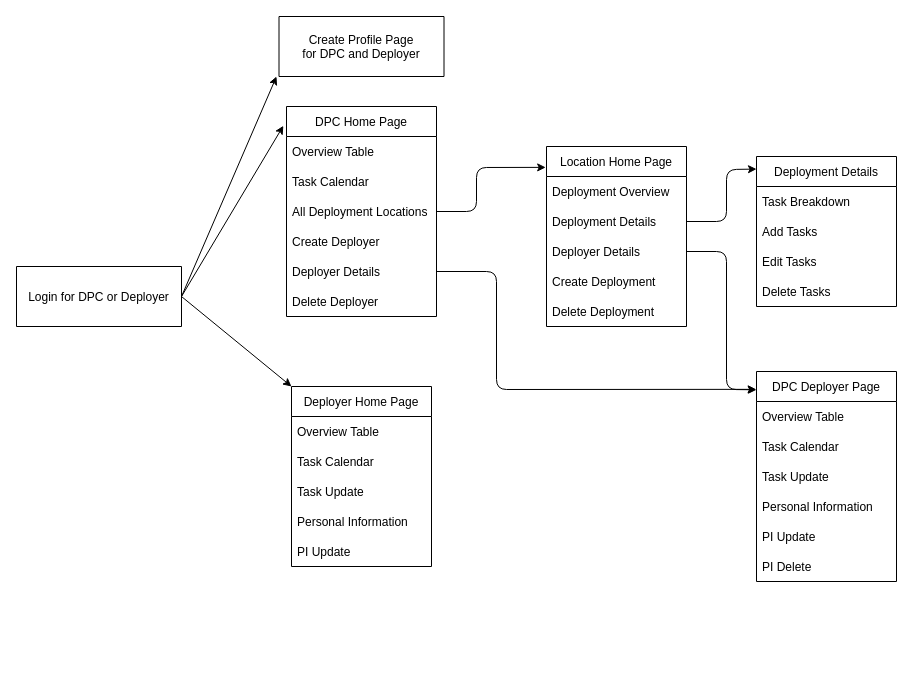
Before: Components.drawio in wmalott23/Capstone, a draw.io diagram. Source tidied: cells renumbered, new cells numbered last; positions are measured from the earlier drawing's top-left corner, leaving out a move shared by most shapes. Both pictures are drawn from the tidied source at 100%, with x=0, y=0 at pixel (16, 16).
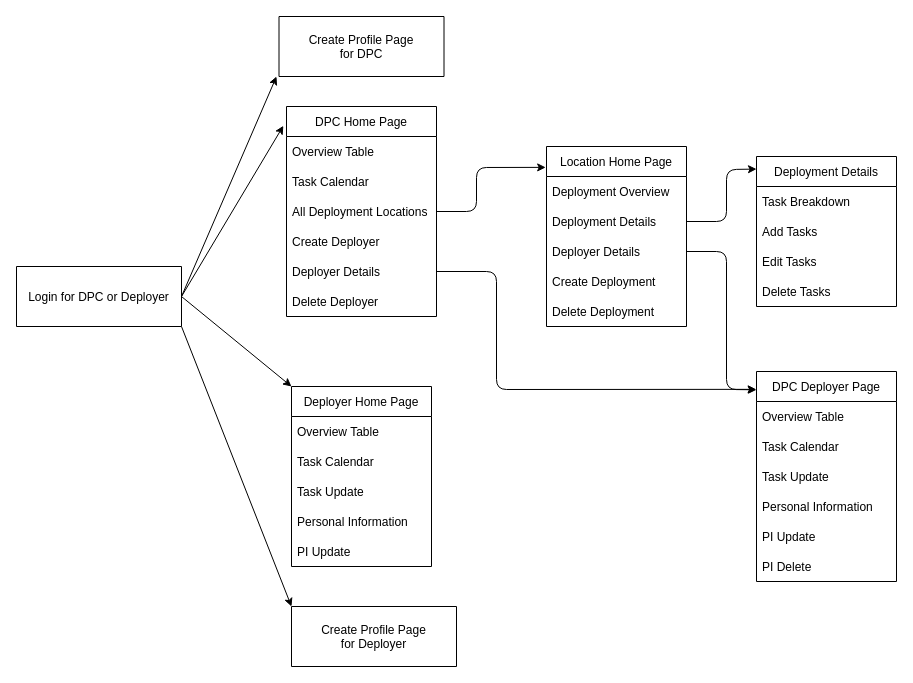
The same diagram, later.

The change refers to these unchanged cells:
```xml
<mxCell id="5" value="Login for DPC or Deployer" style="swimlane;fontStyle=0;horizontal=1;startSize=60;" parent="1" vertex="1">
  <mxGeometry y="250" width="165" height="60" as="geometry" />
</mxCell>
```

What changed in the source:
```diff
@@
+    <mxCell id="42" style="edgeStyle=none;html=1;exitX=1;exitY=1;exitDx=0;exitDy=0;entryX=0;entryY=0;entryDx=0;entryDy=0;" parent="1" edge="1" source="5" target="43">
+      <mxGeometry relative="1" as="geometry" />
+    </mxCell>
@@
-    <mxCell id="6" value="Create Profile Page &#10;for DPC and Deployer" style="swimlane;fontStyle=0;horizontal=1;startSize=60;" parent="1" vertex="1">
+    <mxCell id="6" value="Create Profile Page &#10;for DPC" style="swimlane;fontStyle=0;horizontal=1;startSize=60;" parent="1" vertex="1">
       <mxGeometry x="262.5" width="165" height="60" as="geometry" />
     </mxCell>
@@
+    <mxCell id="43" value="Create Profile Page &#10;for Deployer" style="swimlane;fontStyle=0;horizontal=1;startSize=60;" parent="1" vertex="1">
+      <mxGeometry x="275" y="590" width="165" height="60" as="geometry" />
+    </mxCell>
```
